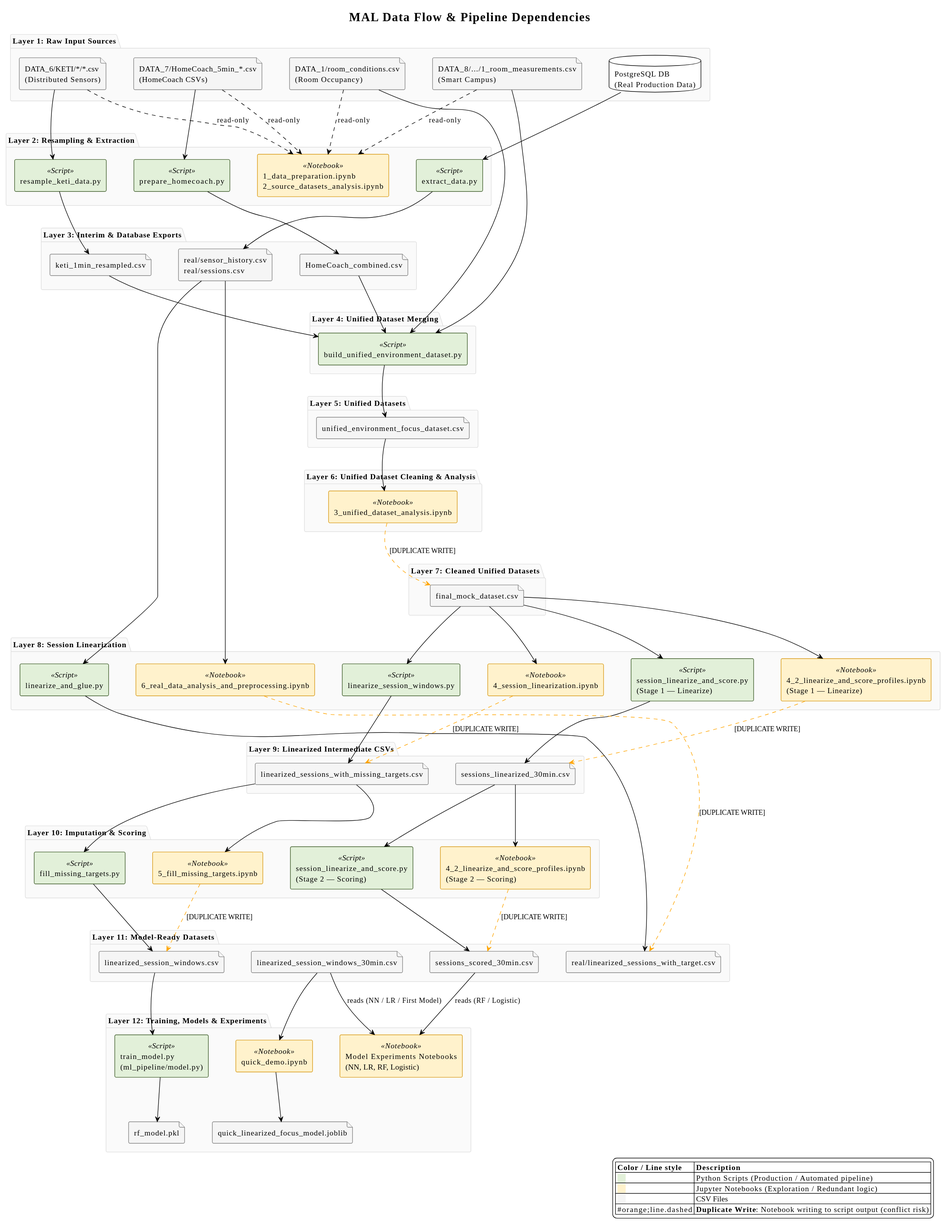
Before: MAL/docs/diagrams/data_pipeline.svg, a diagram exported from PlantUML (SEP4Real/SEP4).
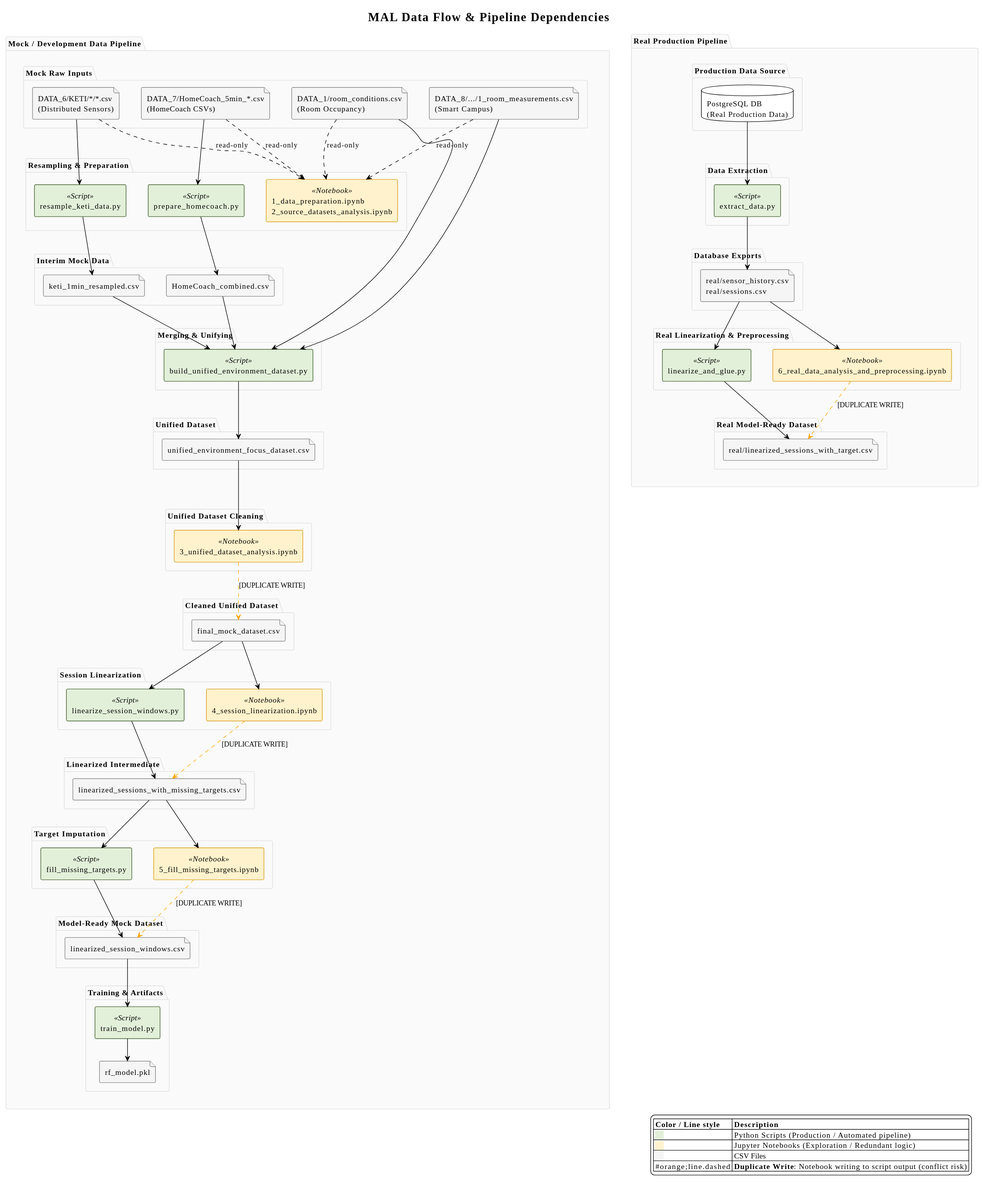
Later version of the same file.

Commit message:
[Remove] archived pipeline branches

Change to the diagram source:
```diff
@@ -2,8 +2,8 @@
 !theme plain
 title MAL Data Flow & Pipeline Dependencies
 
-skinparam ranksep 80
-skinparam nodesep 50
+skinparam ranksep 40
+skinparam nodesep 40
 skinparam componentStyle rectangle
 skinparam PackageBackgroundColor #FAFAFA
 skinparam PackageBorderColor #DDDDDD
@@ -19,154 +19,136 @@
   BorderColor #7F7F7F
 }
 
-package "Layer 1: Raw Input Sources" {
-  file "DATA_6/KETI/*/*.csv\n(Distributed Sensors)" as raw_keti
-  file "DATA_7/HomeCoach_5min_*.csv\n(HomeCoach CSVs)" as raw_homecoach
-  file "DATA_1/room_conditions.csv\n(Room Occupancy)" as raw_conditions
-  file "DATA_8/.../1_room_measurements.csv\n(Smart Campus)" as raw_campus
-  database "PostgreSQL DB\n(Real Production Data)" as db
+package "Mock / Development Data Pipeline" as mock_pipeline {
+
+  package "Mock Raw Inputs" as mock_l1 {
+    file "DATA_6/KETI/*/*.csv\n(Distributed Sensors)" as raw_keti
+    file "DATA_7/HomeCoach_5min_*.csv\n(HomeCoach CSVs)" as raw_homecoach
+    file "DATA_1/room_conditions.csv\n(Room Occupancy)" as raw_conditions
+    file "DATA_8/.../1_room_measurements.csv\n(Smart Campus)" as raw_campus
+  }
+
+  package "Resampling & Preparation" as mock_l2 {
+    component "resample_keti_data.py" as scr_resample <<Script>>
+    component "prepare_homecoach.py" as scr_homecoach <<Script>>
+    component "1_data_preparation.ipynb\n2_source_datasets_analysis.ipynb" as nb_prep <<Notebook>>
+  }
+
+  package "Interim Mock Data" as mock_l3 {
+    file "keti_1min_resampled.csv" as int_keti
+    file "HomeCoach_combined.csv" as int_homecoach
+  }
+
+  package "Merging & Unifying" as mock_l4 {
+    component "build_unified_environment_dataset.py" as scr_build_unified <<Script>>
+  }
+
+  package "Unified Dataset" as mock_l5 {
+    file "unified_environment_focus_dataset.csv" as proc_unified
+  }
+
+  package "Unified Dataset Cleaning" as mock_l6 {
+    component "3_unified_dataset_analysis.ipynb" as nb_unified_analysis <<Notebook>>
+  }
+
+  package "Cleaned Unified Dataset" as mock_l7 {
+    file "final_mock_dataset.csv" as proc_final_mock
+  }
+
+  package "Session Linearization" as mock_l8 {
+    component "linearize_session_windows.py" as scr_linearize <<Script>>
+    component "4_session_linearization.ipynb" as nb_session_lin <<Notebook>>
+  }
+
+  package "Linearized Intermediate" as mock_l9 {
+    file "linearized_sessions_with_missing_targets.csv" as proc_missing
+  }
+
+  package "Target Imputation" as mock_l10 {
+    component "fill_missing_targets.py" as scr_fill_targets <<Script>>
+    component "5_fill_missing_targets.ipynb" as nb_fill_targets <<Notebook>>
+  }
+
+  package "Model-Ready Mock Dataset" as mock_l11 {
+    file "linearized_session_windows.csv" as proc_session_windows
+  }
+
+  package "Training & Artifacts" as mock_l12 {
+    component "train_model.py" as scr_train <<Script>>
+    file "rf_model.pkl" as model_rf
+  }
+
+  raw_keti --> scr_resample
+  raw_homecoach --> scr_homecoach
+
+  raw_keti ..> nb_prep : read-only
+  raw_homecoach ..> nb_prep : read-only
+  raw_conditions ..> nb_prep : read-only
+  raw_campus ..> nb_prep : read-only
+
+  scr_resample --> int_keti
+  scr_homecoach --> int_homecoach
+
+  int_keti --> scr_build_unified
+  int_homecoach --> scr_build_unified
+  raw_conditions --> scr_build_unified
+  raw_campus --> scr_build_unified
+
+  scr_build_unified --> proc_unified
+
+  proc_unified --> nb_unified_analysis
+  nb_unified_analysis ..> proc_final_mock #orange;line.dashed : [DUPLICATE WRITE]
+
+  proc_final_mock --> scr_linearize
+  proc_final_mock --> nb_session_lin
+
+  scr_linearize --> proc_missing
+  nb_session_lin ..> proc_missing #orange;line.dashed : [DUPLICATE WRITE]
+
+  proc_missing --> scr_fill_targets
+  proc_missing --> nb_fill_targets
+
+  scr_fill_targets --> proc_session_windows
+  nb_fill_targets ..> proc_session_windows #orange;line.dashed : [DUPLICATE WRITE]
+
+  proc_session_windows --> scr_train
+  scr_train --> model_rf
 }
 
-package "Layer 2: Resampling & Extraction" {
-  component "resample_keti_data.py" as scr_resample <<Script>>
-  component "prepare_homecoach.py" as scr_homecoach <<Script>>
-  component "extract_data.py" as scr_extract <<Script>>
-  component "1_data_preparation.ipynb\n2_source_datasets_analysis.ipynb" as nb_prep <<Notebook>>
+package "Real Production Pipeline" as real_pipeline {
+
+  package "Production Data Source" as real_l1 {
+    database "PostgreSQL DB\n(Real Production Data)" as db
+  }
+
+  package "Data Extraction" as real_l2 {
+    component "extract_data.py" as scr_extract <<Script>>
+  }
+
+  package "Database Exports" as real_l3 {
+    file "real/sensor_history.csv\nreal/sessions.csv" as real_raw
+  }
+
+  package "Real Linearization & Preprocessing" as real_l8 {
+    component "linearize_and_glue.py" as scr_linearize_glue <<Script>>
+    component "6_real_data_analysis_and_preprocessing.ipynb" as nb_real_prep <<Notebook>>
+  }
+
+  package "Real Model-Ready Dataset" as real_l11 {
+    file "real/linearized_sessions_with_target.csv" as real_linearized
+  }
+
+  db --> scr_extract
+  scr_extract --> real_raw
+
+  real_raw --> scr_linearize_glue
+  real_raw --> nb_real_prep
+
+  scr_linearize_glue --> real_linearized
+  nb_real_prep ..> real_linearized #orange;line.dashed : [DUPLICATE WRITE]
 }
 
-raw_keti --> scr_resample
-raw_homecoach --> scr_homecoach
-db --> scr_extract
-
-raw_keti ..> nb_prep : read-only
-raw_homecoach ..> nb_prep : read-only
-raw_conditions ..> nb_prep : read-only
-raw_campus ..> nb_prep : read-only
-
-package "Layer 3: Interim & Database Exports" {
-  file "keti_1min_resampled.csv" as int_keti
-  file "HomeCoach_combined.csv" as int_homecoach
-  file "real/sensor_history.csv\nreal/sessions.csv" as real_raw
-}
-
-scr_resample --> int_keti
-scr_homecoach --> int_homecoach
-scr_extract --> real_raw
-
-package "Layer 4: Unified Dataset Merging" {
-  component "build_unified_environment_dataset.py" as scr_build_unified <<Script>>
-}
-
-int_keti --> scr_build_unified
-int_homecoach --> scr_build_unified
-raw_conditions --> scr_build_unified
-raw_campus --> scr_build_unified
-
-package "Layer 5: Unified Datasets" {
-  file "unified_environment_focus_dataset.csv" as proc_unified
-}
-
-scr_build_unified --> proc_unified
-
-package "Layer 6: Unified Dataset Cleaning & Analysis" {
-  component "3_unified_dataset_analysis.ipynb" as nb_unified_analysis <<Notebook>>
-}
-
-proc_unified --> nb_unified_analysis
-
-package "Layer 7: Cleaned Unified Datasets" {
-  file "final_mock_dataset.csv" as proc_final_mock
-}
-
-nb_unified_analysis ..> proc_final_mock #orange;line.dashed : [DUPLICATE WRITE]
-
-package "Layer 8: Session Linearization" {
-  component "linearize_session_windows.py" as scr_linearize <<Script>>
-  component "4_session_linearization.ipynb" as nb_session_lin <<Notebook>>
-
-  component "session_linearize_and_score.py\n(Stage 1 — Linearize)" as scr_linearize_score <<Script>>
-  component "4_2_linearize_and_score_profiles.ipynb\n(Stage 1 — Linearize)" as nb_lin_score <<Notebook>>
-
-  component "linearize_and_glue.py" as scr_linearize_glue <<Script>>
-  component "6_real_data_analysis_and_preprocessing.ipynb" as nb_real_prep <<Notebook>>
-}
-
-proc_final_mock --> scr_linearize
-proc_final_mock --> nb_session_lin
-proc_final_mock --> scr_linearize_score
-proc_final_mock --> nb_lin_score
-
-real_raw --> scr_linearize_glue
-real_raw --> nb_real_prep
-
-package "Layer 9: Linearized Intermediate CSVs" {
-  file "linearized_sessions_with_missing_targets.csv" as proc_missing
-  file "sessions_linearized_30min.csv" as proc_lin_30min
-}
-
-scr_linearize --> proc_missing
-nb_session_lin ..> proc_missing #orange;line.dashed : [DUPLICATE WRITE]
-
-scr_linearize_score --> proc_lin_30min
-nb_lin_score ..> proc_lin_30min #orange;line.dashed : [DUPLICATE WRITE]
-
-package "Layer 10: Imputation & Scoring" {
-  component "fill_missing_targets.py" as scr_fill_targets <<Script>>
-  component "5_fill_missing_targets.ipynb" as nb_fill_targets <<Notebook>>
-
-  component "session_linearize_and_score.py\n(Stage 2 — Scoring)" as scr_score <<Script>>
-  component "4_2_linearize_and_score_profiles.ipynb\n(Stage 2 — Scoring)" as nb_score <<Notebook>>
-}
-
-proc_missing --> scr_fill_targets
-proc_missing --> nb_fill_targets
-
-proc_lin_30min --> scr_score
-proc_lin_30min --> nb_score
-
-package "Layer 11: Model-Ready Datasets" {
-  file "linearized_session_windows.csv" as proc_session_windows
-  file "linearized_session_windows_30min.csv" as proc_session_windows_30min
-  file "sessions_scored_30min.csv" as proc_scored_30min
-  file "real/linearized_sessions_with_target.csv" as real_linearized
-}
-
-scr_fill_targets --> proc_session_windows
-nb_fill_targets ..> proc_session_windows #orange;line.dashed : [DUPLICATE WRITE]
-
-scr_score --> proc_scored_30min
-nb_score ..> proc_scored_30min #orange;line.dashed : [DUPLICATE WRITE]
-
-scr_linearize_glue --> real_linearized
-nb_real_prep ..> real_linearized #orange;line.dashed : [DUPLICATE WRITE]
-
-package "Layer 12: Training, Models & Experiments" {
-  component "train_model.py\n(ml_pipeline/model.py)" as scr_train <<Script>>
-  file "rf_model.pkl" as model_rf
-
-  component "Model Experiments Notebooks\n(NN, LR, RF, Logistic)" as nb_experiments <<Notebook>>
-  component "quick_demo.ipynb" as nb_quick_demo <<Notebook>>
-  file "quick_linearized_focus_model.joblib" as model_quick
-}
-
-proc_session_windows --> scr_train
-scr_train --> model_rf
-
-proc_scored_30min --> nb_experiments : reads (RF / Logistic)
-proc_session_windows_30min --> nb_experiments : reads (NN / LR / First Model)
-
-proc_session_windows_30min --> nb_quick_demo
-nb_quick_demo --> model_quick
-
-raw_keti -[hidden]down-> scr_resample
-scr_resample -[hidden]down-> int_keti
-int_keti -[hidden]down-> scr_build_unified
-scr_build_unified -[hidden]down-> proc_unified
-proc_unified -[hidden]down-> nb_unified_analysis
-nb_unified_analysis -[hidden]down-> proc_final_mock
-proc_final_mock -[hidden]down-> scr_linearize
-proc_missing -[hidden]down-> scr_fill_targets
-proc_session_windows -[hidden]down-> scr_train
+mock_pipeline -[hidden]right-> real_pipeline
 
 legend right
   |= Color / Line style |= Description |
```
